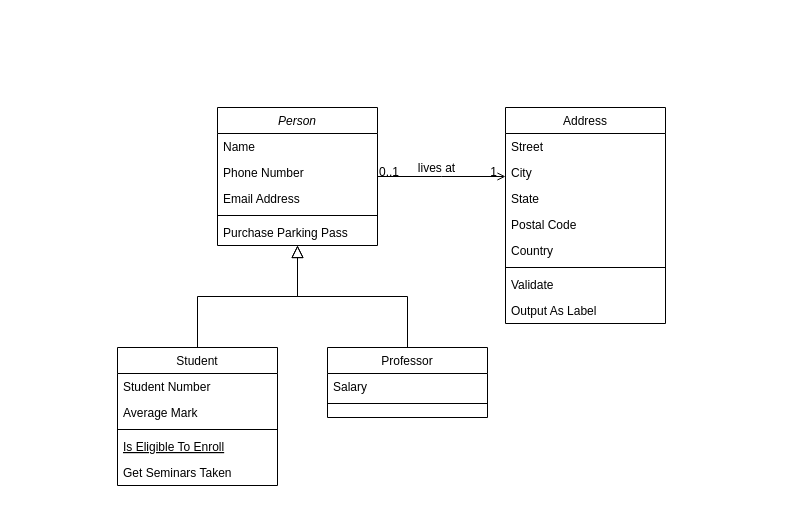
Above: DroneBuddy.drawio in augmented-human-lab/drone-buddy-library (draw.io), before the change. Source tidied: cells renumbered, new cells numbered last; positions are measured from the earlier drawing's top-left corner, leaving out a move shared by most shapes. Both pictures are drawn from the tidied source at 100%, with x=0, y=0 at pixel (117, 107).
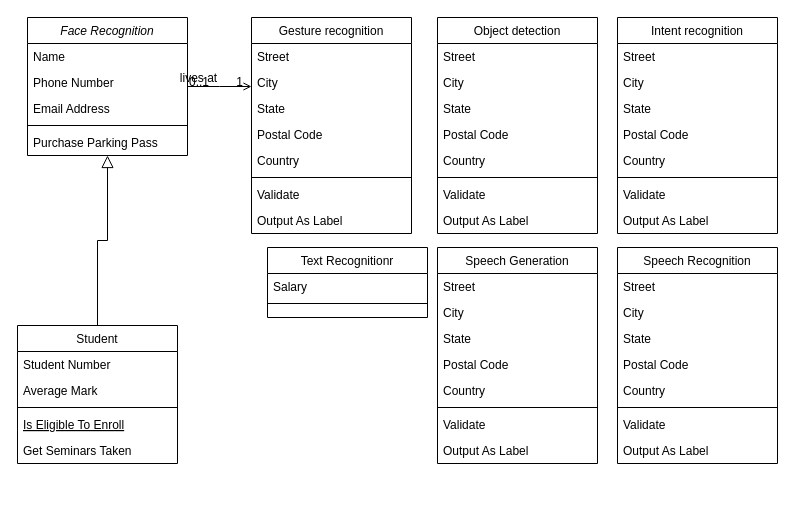
The same diagram, later.

The edit, as a diff of the source:
```diff
@@
-    <mxCell id="2" value="Person" style="swimlane;fontStyle=2;align=center;verticalAlign=top;horizontal=1;startSize=26;rounded=0;shadow=0;strokeWidth=1;" parent="1" vertex="1">
-      <mxGeometry x="100" width="160" height="138" as="geometry" />
+    <mxCell id="2" value="Face Recognition" style="swimlane;fontStyle=2;align=center;verticalAlign=top;horizontal=1;startSize=26;rounded=0;shadow=0;strokeWidth=1;" parent="1" vertex="1">
+      <mxGeometry x="-90" y="-90" width="160" height="138" as="geometry" />
     </mxCell>
@@
     <mxCell id="8" value="Student" style="swimlane;fontStyle=0;align=center;verticalAlign=top;horizontal=1;startSize=26;rounded=0;shadow=0;strokeWidth=1;" parent="1" vertex="1">
-      <mxGeometry y="240" width="160" height="138" as="geometry" />
+      <mxGeometry x="-100" y="218" width="160" height="138" as="geometry" />
     </mxCell>
@@
-    <mxCell id="15" value="Professor" style="swimlane;fontStyle=0;align=center;verticalAlign=top;horizontal=1;startSize=26;rounded=0;shadow=0;strokeWidth=1;" parent="1" vertex="1">
-      <mxGeometry x="210" y="240" width="160" height="70" as="geometry" />
+    <mxCell id="15" value="Text Recognitionr" style="swimlane;fontStyle=0;align=center;verticalAlign=top;horizontal=1;startSize=26;rounded=0;shadow=0;strokeWidth=1;" parent="1" vertex="1">
+      <mxGeometry x="150" y="140" width="160" height="70" as="geometry" />
     </mxCell>
@@
-    <mxCell id="18" style="endArrow=block;endSize=10;endFill=0;shadow=0;strokeWidth=1;rounded=0;edgeStyle=elbowEdgeStyle;elbow=vertical;" parent="1" edge="1" source="15" target="2">
-      <mxGeometry relative="1" as="geometry" />
-    </mxCell>
-    <mxCell id="19" value="Address" style="swimlane;fontStyle=0;align=center;verticalAlign=top;horizontal=1;startSize=26;rounded=0;shadow=0;strokeWidth=1;" parent="1" vertex="1">
-      <mxGeometry x="388" width="160" height="216" as="geometry" />
+    <mxCell id="19" value="Gesture recognition" style="swimlane;fontStyle=0;align=center;verticalAlign=top;horizontal=1;startSize=26;rounded=0;shadow=0;strokeWidth=1;" parent="1" vertex="1">
+      <mxGeometry x="134" y="-90" width="160" height="216" as="geometry" />
     </mxCell>
@@
+    <mxCell id="32" value="Object detection" style="swimlane;fontStyle=0;align=center;verticalAlign=top;horizontal=1;startSize=26;rounded=0;shadow=0;strokeWidth=1;" parent="1" vertex="1">
+      <mxGeometry x="320" y="-90" width="160" height="216" as="geometry" />
+    </mxCell>
+    <mxCell id="33" value="Street" style="text;align=left;verticalAlign=top;spacingLeft=4;spacingRight=4;overflow=hidden;" parent="32" vertex="1">
+      <mxGeometry y="26" width="160" height="26" as="geometry" />
+    </mxCell>
+    <mxCell id="34" value="City" style="text;align=left;verticalAlign=top;spacingLeft=4;spacingRight=4;overflow=hidden;rounded=0;shadow=0;html=0;" parent="32" vertex="1">
+      <mxGeometry y="52" width="160" height="26" as="geometry" />
+    </mxCell>
+    <mxCell id="35" value="State" style="text;align=left;verticalAlign=top;spacingLeft=4;spacingRight=4;overflow=hidden;rounded=0;shadow=0;html=0;" parent="32" vertex="1">
+      <mxGeometry y="78" width="160" height="26" as="geometry" />
+    </mxCell>
+    <mxCell id="36" value="Postal Code" style="text;align=left;verticalAlign=top;spacingLeft=4;spacingRight=4;overflow=hidden;rounded=0;shadow=0;html=0;" parent="32" vertex="1">
+      <mxGeometry y="104" width="160" height="26" as="geometry" />
+    </mxCell>
+    <mxCell id="37" value="Country" style="text;align=left;verticalAlign=top;spacingLeft=4;spacingRight=4;overflow=hidden;rounded=0;shadow=0;html=0;" parent="32" vertex="1">
+      <mxGeometry y="130" width="160" height="26" as="geometry" />
+    </mxCell>
+    <mxCell id="38" style="line;html=1;strokeWidth=1;align=left;verticalAlign=middle;spacingTop=-1;spacingLeft=3;spacingRight=3;labelPosition=right;" parent="32" vertex="1">
+      <mxGeometry y="156" width="160" height="8" as="geometry" />
+    </mxCell>
+    <mxCell id="39" value="Validate" style="text;align=left;verticalAlign=top;spacingLeft=4;spacingRight=4;overflow=hidden;" parent="32" vertex="1">
+      <mxGeometry y="164" width="160" height="26" as="geometry" />
+    </mxCell>
+    <mxCell id="40" value="Output As Label" style="text;align=left;verticalAlign=top;spacingLeft=4;spacingRight=4;overflow=hidden;" parent="32" vertex="1">
+      <mxGeometry y="190" width="160" height="26" as="geometry" />
+    </mxCell>
+    <mxCell id="41" value="Intent recognition" style="swimlane;fontStyle=0;align=center;verticalAlign=top;horizontal=1;startSize=26;rounded=0;shadow=0;strokeWidth=1;" parent="1" vertex="1">
+      <mxGeometry x="500" y="-90" width="160" height="216" as="geometry" />
+    </mxCell>
+    <mxCell id="42" value="Street" style="text;align=left;verticalAlign=top;spacingLeft=4;spacingRight=4;overflow=hidden;" parent="41" vertex="1">
+      <mxGeometry y="26" width="160" height="26" as="geometry" />
+    </mxCell>
+    <mxCell id="43" value="City" style="text;align=left;verticalAlign=top;spacingLeft=4;spacingRight=4;overflow=hidden;rounded=0;shadow=0;html=0;" parent="41" vertex="1">
+      <mxGeometry y="52" width="160" height="26" as="geometry" />
+    </mxCell>
+    <mxCell id="44" value="State" style="text;align=left;verticalAlign=top;spacingLeft=4;spacingRight=4;overflow=hidden;rounded=0;shadow=0;html=0;" parent="41" vertex="1">
+      <mxGeometry y="78" width="160" height="26" as="geometry" />
+    </mxCell>
+    <mxCell id="45" value="Postal Code" style="text;align=left;verticalAlign=top;spacingLeft=4;spacingRight=4;overflow=hidden;rounded=0;shadow=0;html=0;" parent="41" vertex="1">
+      <mxGeometry y="104" width="160" height="26" as="geometry" />
+    </mxCell>
+    <mxCell id="46" value="Country" style="text;align=left;verticalAlign=top;spacingLeft=4;spacingRight=4;overflow=hidden;rounded=0;shadow=0;html=0;" parent="41" vertex="1">
+      <mxGeometry y="130" width="160" height="26" as="geometry" />
+    </mxCell>
+    <mxCell id="47" style="line;html=1;strokeWidth=1;align=left;verticalAlign=middle;spacingTop=-1;spacingLeft=3;spacingRight=3;labelPosition=right;" parent="41" vertex="1">
+      <mxGeometry y="156" width="160" height="8" as="geometry" />
+    </mxCell>
+    <mxCell id="48" value="Validate" style="text;align=left;verticalAlign=top;spacingLeft=4;spacingRight=4;overflow=hidden;" parent="41" vertex="1">
+      <mxGeometry y="164" width="160" height="26" as="geometry" />
+    </mxCell>
+    <mxCell id="49" value="Output As Label" style="text;align=left;verticalAlign=top;spacingLeft=4;spacingRight=4;overflow=hidden;" parent="41" vertex="1">
+      <mxGeometry y="190" width="160" height="26" as="geometry" />
+    </mxCell>
+    <mxCell id="50" value="Speech Recognition" style="swimlane;fontStyle=0;align=center;verticalAlign=top;horizontal=1;startSize=26;rounded=0;shadow=0;strokeWidth=1;" parent="1" vertex="1">
+      <mxGeometry x="500" y="140" width="160" height="216" as="geometry" />
+    </mxCell>
+    <mxCell id="51" value="Street" style="text;align=left;verticalAlign=top;spacingLeft=4;spacingRight=4;overflow=hidden;" parent="50" vertex="1">
+      <mxGeometry y="26" width="160" height="26" as="geometry" />
+    </mxCell>
+    <mxCell id="52" value="City" style="text;align=left;verticalAlign=top;spacingLeft=4;spacingRight=4;overflow=hidden;rounded=0;shadow=0;html=0;" parent="50" vertex="1">
+      <mxGeometry y="52" width="160" height="26" as="geometry" />
+    </mxCell>
+    <mxCell id="53" value="State" style="text;align=left;verticalAlign=top;spacingLeft=4;spacingRight=4;overflow=hidden;rounded=0;shadow=0;html=0;" parent="50" vertex="1">
+      <mxGeometry y="78" width="160" height="26" as="geometry" />
+    </mxCell>
+    <mxCell id="54" value="Postal Code" style="text;align=left;verticalAlign=top;spacingLeft=4;spacingRight=4;overflow=hidden;rounded=0;shadow=0;html=0;" parent="50" vertex="1">
+      <mxGeometry y="104" width="160" height="26" as="geometry" />
+    </mxCell>
+    <mxCell id="55" value="Country" style="text;align=left;verticalAlign=top;spacingLeft=4;spacingRight=4;overflow=hidden;rounded=0;shadow=0;html=0;" parent="50" vertex="1">
+      <mxGeometry y="130" width="160" height="26" as="geometry" />
+    </mxCell>
+    <mxCell id="56" style="line;html=1;strokeWidth=1;align=left;verticalAlign=middle;spacingTop=-1;spacingLeft=3;spacingRight=3;labelPosition=right;" parent="50" vertex="1">
+      <mxGeometry y="156" width="160" height="8" as="geometry" />
+    </mxCell>
+    <mxCell id="57" value="Validate" style="text;align=left;verticalAlign=top;spacingLeft=4;spacingRight=4;overflow=hidden;" parent="50" vertex="1">
+      <mxGeometry y="164" width="160" height="26" as="geometry" />
+    </mxCell>
+    <mxCell id="58" value="Output As Label" style="text;align=left;verticalAlign=top;spacingLeft=4;spacingRight=4;overflow=hidden;" parent="50" vertex="1">
+      <mxGeometry y="190" width="160" height="26" as="geometry" />
+    </mxCell>
+    <mxCell id="59" value="Speech Generation" style="swimlane;fontStyle=0;align=center;verticalAlign=top;horizontal=1;startSize=26;rounded=0;shadow=0;strokeWidth=1;" parent="1" vertex="1">
+      <mxGeometry x="320" y="140" width="160" height="216" as="geometry" />
+    </mxCell>
+    <mxCell id="60" value="Street" style="text;align=left;verticalAlign=top;spacingLeft=4;spacingRight=4;overflow=hidden;" parent="59" vertex="1">
+      <mxGeometry y="26" width="160" height="26" as="geometry" />
+    </mxCell>
+    <mxCell id="61" value="City" style="text;align=left;verticalAlign=top;spacingLeft=4;spacingRight=4;overflow=hidden;rounded=0;shadow=0;html=0;" parent="59" vertex="1">
+      <mxGeometry y="52" width="160" height="26" as="geometry" />
+    </mxCell>
+    <mxCell id="62" value="State" style="text;align=left;verticalAlign=top;spacingLeft=4;spacingRight=4;overflow=hidden;rounded=0;shadow=0;html=0;" parent="59" vertex="1">
+      <mxGeometry y="78" width="160" height="26" as="geometry" />
+    </mxCell>
+    <mxCell id="63" value="Postal Code" style="text;align=left;verticalAlign=top;spacingLeft=4;spacingRight=4;overflow=hidden;rounded=0;shadow=0;html=0;" parent="59" vertex="1">
+      <mxGeometry y="104" width="160" height="26" as="geometry" />
+    </mxCell>
+    <mxCell id="64" value="Country" style="text;align=left;verticalAlign=top;spacingLeft=4;spacingRight=4;overflow=hidden;rounded=0;shadow=0;html=0;" parent="59" vertex="1">
+      <mxGeometry y="130" width="160" height="26" as="geometry" />
+    </mxCell>
+    <mxCell id="65" style="line;html=1;strokeWidth=1;align=left;verticalAlign=middle;spacingTop=-1;spacingLeft=3;spacingRight=3;labelPosition=right;" parent="59" vertex="1">
+      <mxGeometry y="156" width="160" height="8" as="geometry" />
+    </mxCell>
+    <mxCell id="66" value="Validate" style="text;align=left;verticalAlign=top;spacingLeft=4;spacingRight=4;overflow=hidden;" parent="59" vertex="1">
+      <mxGeometry y="164" width="160" height="26" as="geometry" />
+    </mxCell>
+    <mxCell id="67" value="Output As Label" style="text;align=left;verticalAlign=top;spacingLeft=4;spacingRight=4;overflow=hidden;" parent="59" vertex="1">
+      <mxGeometry y="190" width="160" height="26" as="geometry" />
+    </mxCell>
```
